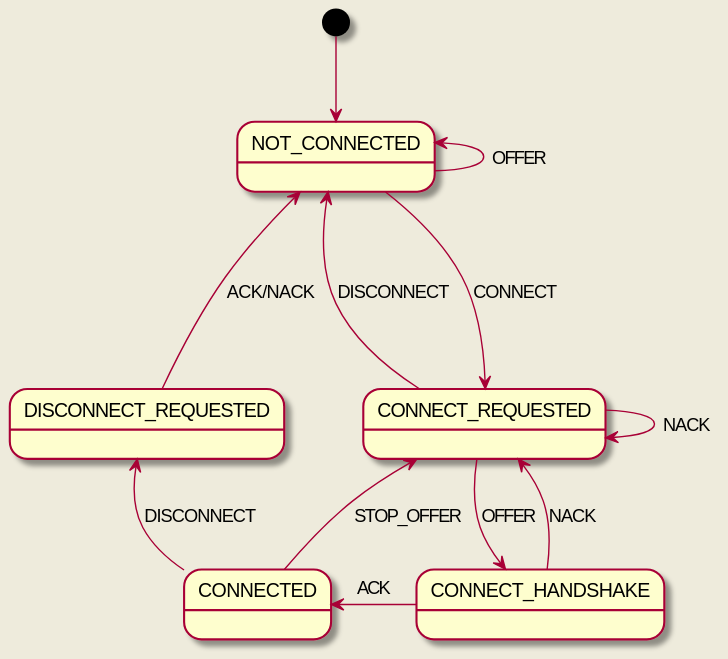
Above: doc/design/diagrams/request_response/client_state_machine.svg in eclipse-iceoryx/iceoryx (PlantUML), before the change. Its source is kept beside it as doc/design/diagrams/request_response/client_state_machine.puml. The source it was exported from:
```plantuml
@startuml

[*] -down-> NOT_CONNECTED

NOT_CONNECTED -left-> NOT_CONNECTED : OFFER
NOT_CONNECTED -right-> CONNECT_REQUESTED : CONNECT

CONNECT_REQUESTED -left-> NOT_CONNECTED : DISCONNECT
CONNECT_REQUESTED -right-> CONNECT_REQUESTED : NACK
CONNECT_REQUESTED -down-> CONNECT_HANDSHAKE : OFFER

CONNECT_HANDSHAKE -left-> CONNECTED : ACK
CONNECT_HANDSHAKE -up-> CONNECT_REQUESTED : NACK

CONNECTED -up-> DISCONNECT_REQUESTED : DISCONNECT
CONNECTED -up-> CONNECT_REQUESTED : STOP_OFFER

DISCONNECT_REQUESTED -up--> NOT_CONNECTED : ACK/NACK

@enduml
```
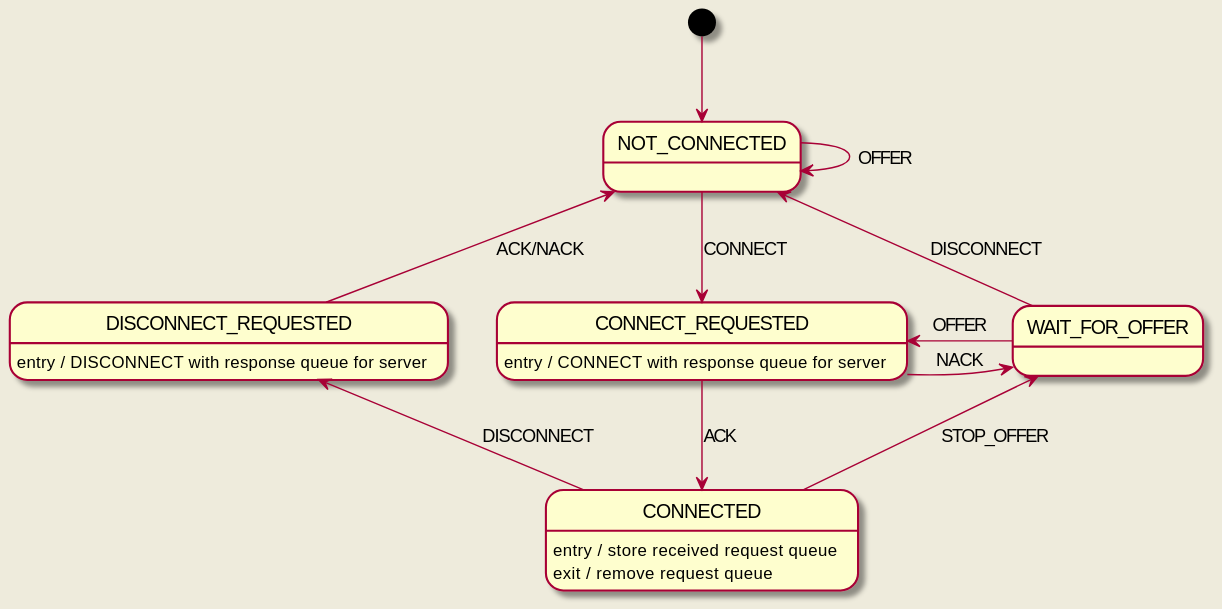
The same file after the commit.

Commit message:
iox-#27 Simplify the service discovery for the client

The edit, as a diff of the source:
```diff
@@ -2,19 +2,22 @@
 
 [*] -down-> NOT_CONNECTED
 
-NOT_CONNECTED -left-> NOT_CONNECTED : OFFER
-NOT_CONNECTED -right-> CONNECT_REQUESTED : CONNECT
+NOT_CONNECTED -down-> CONNECT_REQUESTED : CONNECT
+NOT_CONNECTED -right-> NOT_CONNECTED : OFFER
 
-CONNECT_REQUESTED -left-> NOT_CONNECTED : DISCONNECT
-CONNECT_REQUESTED -right-> CONNECT_REQUESTED : NACK
-CONNECT_REQUESTED -down-> CONNECT_HANDSHAKE : OFFER
+CONNECT_REQUESTED -down-> CONNECTED : ACK
+CONNECT_REQUESTED -right-> WAIT_FOR_OFFER : NACK
+CONNECT_REQUESTED : entry / CONNECT with response queue for server
 
-CONNECT_HANDSHAKE -left-> CONNECTED : ACK
-CONNECT_HANDSHAKE -up-> CONNECT_REQUESTED : NACK
+WAIT_FOR_OFFER -left-> CONNECT_REQUESTED : OFFER
+WAIT_FOR_OFFER -up-> NOT_CONNECTED : DISCONNECT
 
+CONNECTED -up-> WAIT_FOR_OFFER : STOP_OFFER
 CONNECTED -up-> DISCONNECT_REQUESTED : DISCONNECT
-CONNECTED -up-> CONNECT_REQUESTED : STOP_OFFER
+CONNECTED : entry / store received request queue
+CONNECTED : exit / remove request queue
 
-DISCONNECT_REQUESTED -up--> NOT_CONNECTED : ACK/NACK
+DISCONNECT_REQUESTED -up-> NOT_CONNECTED : ACK/NACK
+DISCONNECT_REQUESTED : entry / DISCONNECT with response queue for server
 
 @enduml
```
